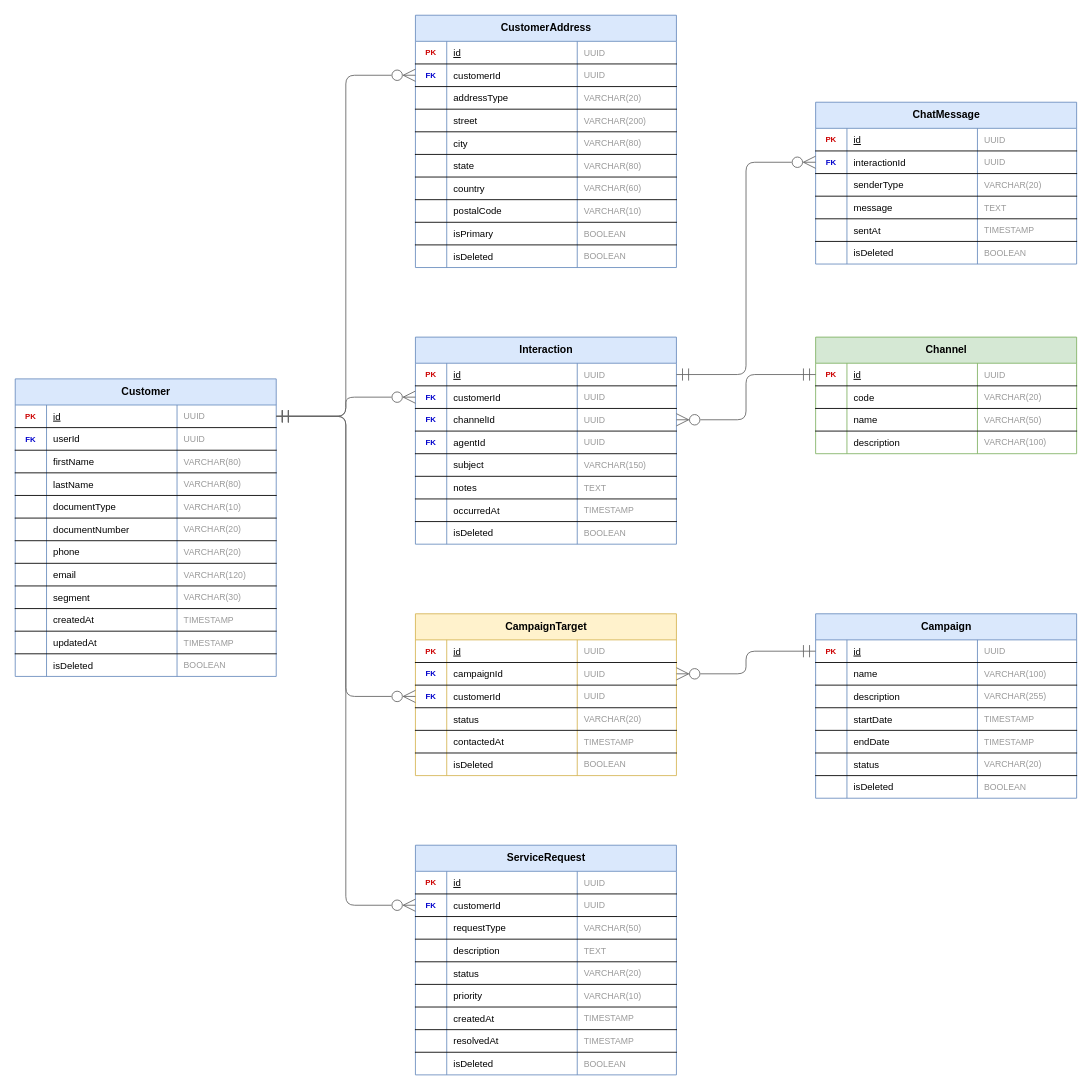
Before: docs/diagrams/er/crm_er.drawio in javer-ia-nos/documentacion, a draw.io diagram. Source tidied: cells renumbered, new cells numbered last; positions are measured from the earlier drawing's top-left corner, leaving out a move shared by most shapes. Both pictures are drawn from the tidied source at 87%, with x=0, y=0 at pixel (15, 15).
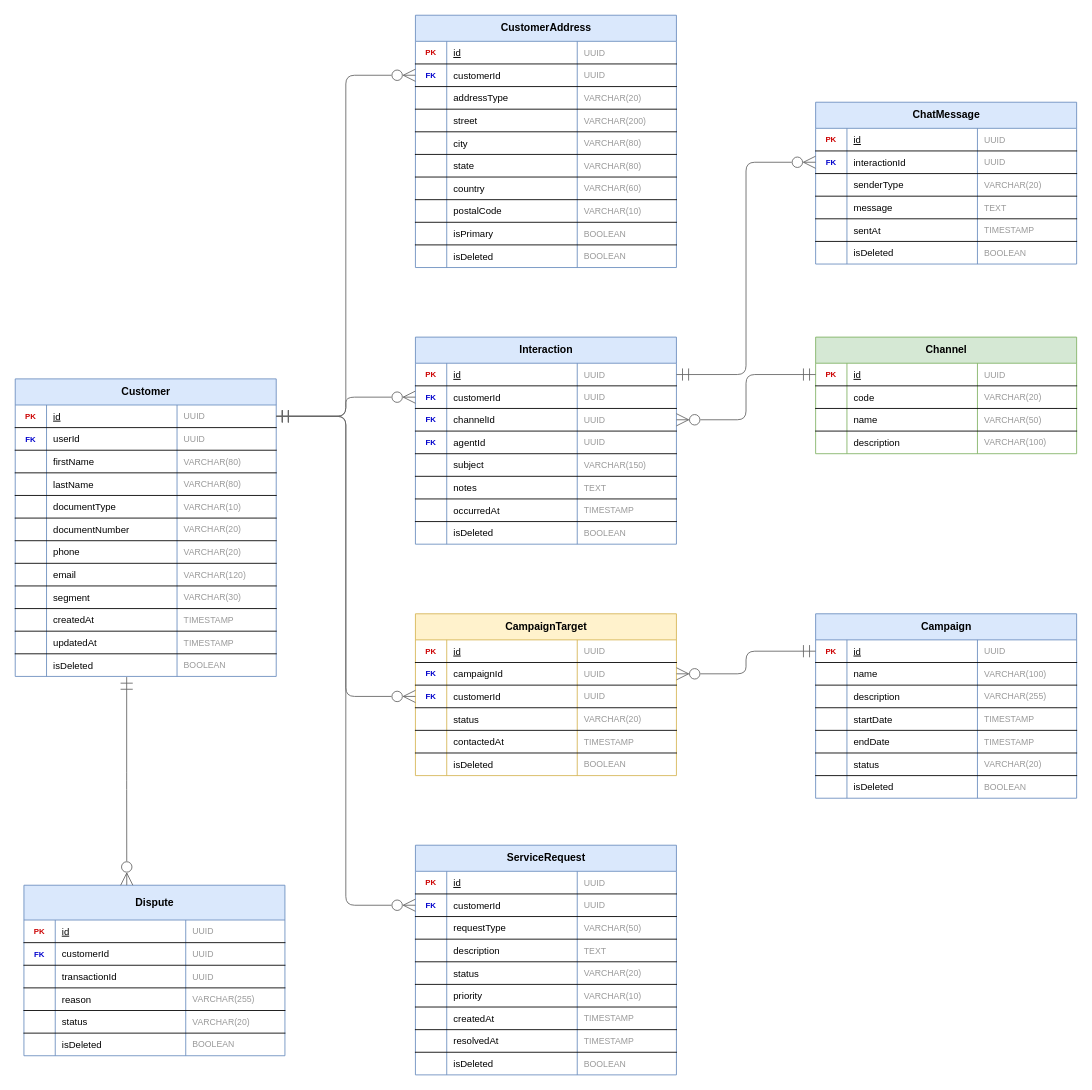
Above is the later version.

Commit message (it also covers changes not shown here):
modificacion diagramas

The change refers to these unchanged cells:
```xml
<mxCell id="47" style="shape=partialRectangle;fillColor=none;points=[[0,0.5],[1,0.5]];portConstraint=eastwest;top=0;left=0;right=0;bottom=0;" parent="2" vertex="1">
  <mxGeometry y="316" width="300" height="26" as="geometry" />
</mxCell>
```

Diff of the diagram source:
```diff
@@
+    <mxCell id="265" value="Dispute" style="shape=table;startSize=40;childLayout=tableLayout;rowLines=0;fontStyle=1;align=center;fillColor=#dae8fc;strokeColor=#6c8ebf;fontSize=12;html=1;" parent="1" vertex="1">
+      <mxGeometry x="10" y="1000" width="300" height="196" as="geometry" />
+    </mxCell>
+    <mxCell id="266" style="shape=partialRectangle;fillColor=none;top=0;left=0;right=0;bottom=1;" parent="265" vertex="1">
+      <mxGeometry y="40" width="300" height="26" as="geometry" />
+    </mxCell>
+    <mxCell id="267" value="PK" style="shape=partialRectangle;overflow=hidden;fillColor=none;top=0;left=0;bottom=0;right=0;fontStyle=1;fontColor=#CC0000;fontSize=9;align=center;" parent="266" vertex="1">
+      <mxGeometry width="36" height="26" as="geometry" />
+    </mxCell>
+    <mxCell id="268" value="id" style="shape=partialRectangle;overflow=hidden;fillColor=none;top=0;left=0;bottom=0;right=0;align=left;spacingLeft=6;fontStyle=4;fontSize=11;" parent="266" vertex="1">
+      <mxGeometry x="36" width="150" height="26" as="geometry" />
+    </mxCell>
+    <mxCell id="269" value="UUID" style="shape=partialRectangle;overflow=hidden;fillColor=none;top=0;left=0;bottom=0;right=0;align=left;spacingLeft=6;fontColor=#999999;fontSize=10;" parent="266" vertex="1">
+      <mxGeometry x="186" width="114" height="26" as="geometry" />
+    </mxCell>
+    <mxCell id="270" style="shape=partialRectangle;fillColor=none;top=0;left=0;right=0;bottom=1;" parent="265" vertex="1">
+      <mxGeometry y="66" width="300" height="26" as="geometry" />
+    </mxCell>
+    <mxCell id="271" value="FK" style="shape=partialRectangle;overflow=hidden;fillColor=none;top=0;left=0;bottom=0;right=0;fontStyle=1;fontColor=#0000CC;fontSize=9;align=center;" parent="270" vertex="1">
+      <mxGeometry width="36" height="26" as="geometry" />
+    </mxCell>
+    <mxCell id="272" value="customerId" style="shape=partialRectangle;overflow=hidden;fillColor=none;top=0;left=0;bottom=0;right=0;align=left;spacingLeft=6;fontSize=11;" parent="270" vertex="1">
+      <mxGeometry x="36" width="150" height="26" as="geometry" />
+    </mxCell>
+    <mxCell id="273" value="UUID" style="shape=partialRectangle;overflow=hidden;fillColor=none;top=0;left=0;bottom=0;right=0;align=left;spacingLeft=6;fontColor=#999999;fontSize=10;" parent="270" vertex="1">
+      <mxGeometry x="186" width="114" height="26" as="geometry" />
+    </mxCell>
+    <mxCell id="274" style="shape=partialRectangle;fillColor=none;top=0;left=0;right=0;bottom=1;" parent="265" vertex="1">
+      <mxGeometry y="92" width="300" height="26" as="geometry" />
+    </mxCell>
+    <mxCell id="275" style="shape=partialRectangle;overflow=hidden;fillColor=none;top=0;left=0;bottom=0;right=0;fontColor=#333;fontSize=9;align=center;" parent="274" vertex="1">
+      <mxGeometry width="36" height="26" as="geometry" />
+    </mxCell>
+    <mxCell id="276" value="transactionId" style="shape=partialRectangle;overflow=hidden;fillColor=none;top=0;left=0;bottom=0;right=0;align=left;spacingLeft=6;fontSize=11;" parent="274" vertex="1">
+      <mxGeometry x="36" width="150" height="26" as="geometry" />
+    </mxCell>
+    <mxCell id="277" value="UUID" style="shape=partialRectangle;overflow=hidden;fillColor=none;top=0;left=0;bottom=0;right=0;align=left;spacingLeft=6;fontColor=#999999;fontSize=10;" parent="274" vertex="1">
+      <mxGeometry x="186" width="114" height="26" as="geometry" />
+    </mxCell>
+    <mxCell id="278" style="shape=partialRectangle;fillColor=none;top=0;left=0;right=0;bottom=1;" parent="265" vertex="1">
+      <mxGeometry y="118" width="300" height="26" as="geometry" />
+    </mxCell>
+    <mxCell id="279" style="shape=partialRectangle;overflow=hidden;fillColor=none;top=0;left=0;bottom=0;right=0;fontColor=#333;fontSize=9;align=center;" parent="278" vertex="1">
+      <mxGeometry width="36" height="26" as="geometry" />
+    </mxCell>
+    <mxCell id="280" value="reason" style="shape=partialRectangle;overflow=hidden;fillColor=none;top=0;left=0;bottom=0;right=0;align=left;spacingLeft=6;fontSize=11;" parent="278" vertex="1">
+      <mxGeometry x="36" width="150" height="26" as="geometry" />
+    </mxCell>
+    <mxCell id="281" value="VARCHAR(255)" style="shape=partialRectangle;overflow=hidden;fillColor=none;top=0;left=0;bottom=0;right=0;align=left;spacingLeft=6;fontColor=#999999;fontSize=10;" parent="278" vertex="1">
+      <mxGeometry x="186" width="114" height="26" as="geometry" />
+    </mxCell>
+    <mxCell id="282" style="shape=partialRectangle;fillColor=none;top=0;left=0;right=0;bottom=1;" parent="265" vertex="1">
+      <mxGeometry y="144" width="300" height="26" as="geometry" />
+    </mxCell>
+    <mxCell id="283" style="shape=partialRectangle;overflow=hidden;fillColor=none;top=0;left=0;bottom=0;right=0;fontColor=#333;fontSize=9;align=center;" parent="282" vertex="1">
+      <mxGeometry width="36" height="26" as="geometry" />
+    </mxCell>
+    <mxCell id="284" value="status" style="shape=partialRectangle;overflow=hidden;fillColor=none;top=0;left=0;bottom=0;right=0;align=left;spacingLeft=6;fontSize=11;" parent="282" vertex="1">
+      <mxGeometry x="36" width="150" height="26" as="geometry" />
+    </mxCell>
+    <mxCell id="285" value="VARCHAR(20)" style="shape=partialRectangle;overflow=hidden;fillColor=none;top=0;left=0;bottom=0;right=0;align=left;spacingLeft=6;fontColor=#999999;fontSize=10;" parent="282" vertex="1">
+      <mxGeometry x="186" width="114" height="26" as="geometry" />
+    </mxCell>
+    <mxCell id="286" style="shape=partialRectangle;fillColor=none;top=0;left=0;right=0;bottom=0;" parent="265" vertex="1">
+      <mxGeometry y="170" width="300" height="26" as="geometry" />
+    </mxCell>
+    <mxCell id="287" style="shape=partialRectangle;overflow=hidden;fillColor=none;top=0;left=0;bottom=0;right=0;fontColor=#333;fontSize=9;align=center;" parent="286" vertex="1">
+      <mxGeometry width="36" height="26" as="geometry" />
+    </mxCell>
+    <mxCell id="288" value="isDeleted" style="shape=partialRectangle;overflow=hidden;fillColor=none;top=0;left=0;bottom=0;right=0;align=left;spacingLeft=6;fontSize=11;" parent="286" vertex="1">
+      <mxGeometry x="36" width="150" height="26" as="geometry" />
+    </mxCell>
+    <mxCell id="289" value="BOOLEAN" style="shape=partialRectangle;overflow=hidden;fillColor=none;top=0;left=0;bottom=0;right=0;align=left;spacingLeft=6;fontColor=#999999;fontSize=10;" parent="286" vertex="1">
+      <mxGeometry x="186" width="114" height="26" as="geometry" />
+    </mxCell>
+    <mxCell id="290" style="edgeStyle=orthogonalEdgeStyle;rounded=1;jettySize=auto;html=1;exitX=0.427;exitY=1.029;exitDx=0;exitDy=0;strokeColor=#666666;startArrow=ERmandOne;startFill=0;endArrow=ERzeroToMany;endFill=0;startSize=12;endSize=12;exitPerimeter=0;" parent="1" edge="1" source="47">
+      <mxGeometry relative="1" as="geometry">
+        <mxPoint x="128.2" y="1000" as="targetPoint" />
+      </mxGeometry>
+    </mxCell>
```
